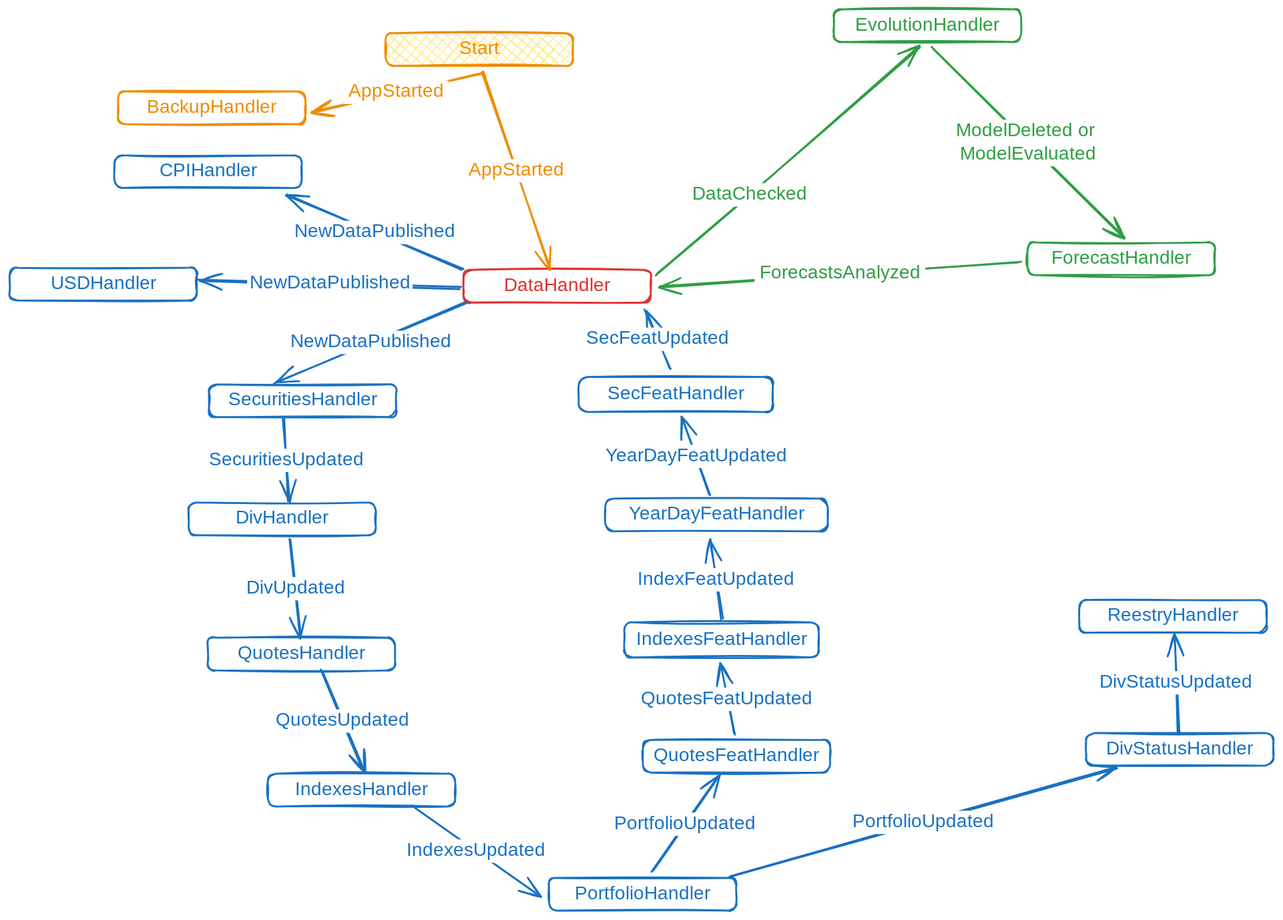
This is docs/.excalidraw.svg from WLM1ke/poptimizer, a Excalidraw export, as it was before one commit. Source tidied: one line per element, renumbered; positions are measured from the earlier drawing's top-left corner, leaving out a move shared by most shapes.
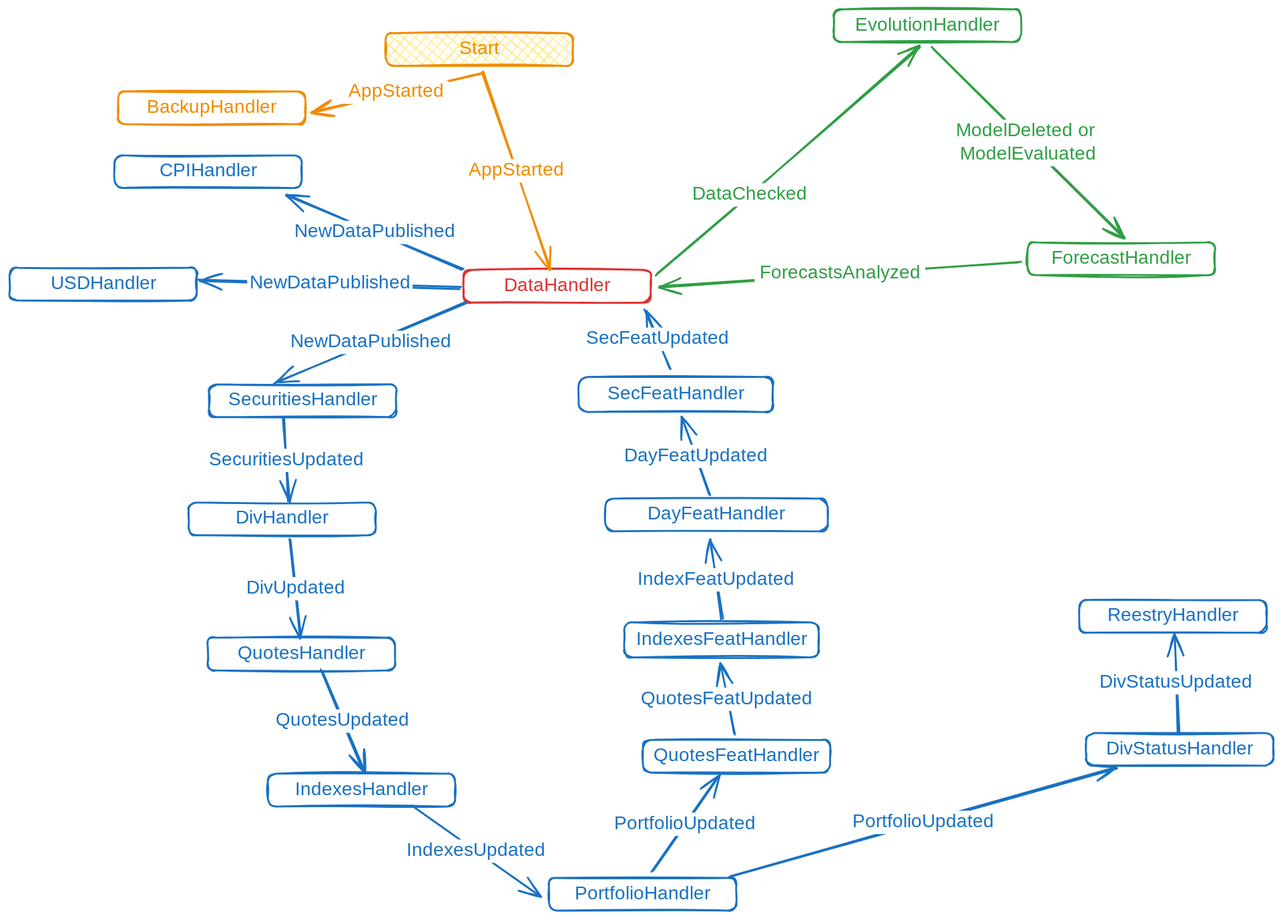
Later version of the same file.

Change to the diagram source:
```diff
@@ -69,6 +69,6 @@
 {"id": 68, "type": "arrow", "strokeColor": "#1971c2", "strokeWidth": 2, "roughness": 1, "endArrowhead": "arrow", "round": true, "from": 66, "to": 0, "x": 707, "y": 385, "width": 27, "height": 64, "points": [[0, 0], [-27, -64]]}
 {"id": 69, "type": "text", "text": "SecFeatUpdated", "strokeColor": "#1971c2", "strokeWidth": 2, "roughness": 1, "fontSize": 20, "fontFamily": 1, "textAlign": "center", "verticalAlign": "middle", "inside": 68, "x": 617, "y": 364, "width": 163, "height": 25}
 {"id": 70, "type": "rectangle", "strokeColor": "#1971c2", "strokeWidth": 2, "roughness": 1, "round": true, "x": 638, "y": 524, "width": 238, "height": 35}
-{"id": 71, "type": "text", "text": "YearDayFeatHandler", "strokeColor": "#1971c2", "strokeWidth": 2, "roughness": 1, "fontSize": 20, "fontFamily": 1, "textAlign": "center", "verticalAlign": "middle", "inside": 70, "x": 657, "y": 529, "width": 198, "height": 25}
+{"id": 71, "type": "text", "text": "DayFeatHandler", "strokeColor": "#1971c2", "strokeWidth": 2, "roughness": 1, "fontSize": 20, "fontFamily": 1, "textAlign": "center", "verticalAlign": "middle", "inside": 70, "x": 679, "y": 529, "width": 155, "height": 25}
 {"id": 72, "type": "arrow", "strokeColor": "#1971c2", "strokeWidth": 2, "roughness": 1, "endArrowhead": "arrow", "round": true, "from": 70, "to": 66, "x": 750, "y": 520, "width": 30, "height": 84, "points": [[0, 0], [-30, -84]]}
-{"id": 73, "type": "text", "text": "YearDayFeatUpdated", "strokeColor": "#1971c2", "strokeWidth": 2, "roughness": 1, "fontSize": 20, "fontFamily": 1, "textAlign": "center", "verticalAlign": "middle", "inside": 72, "x": 629, "y": 466, "width": 211, "height": 25}
+{"id": 73, "type": "text", "text": "DayFeatUpdated", "strokeColor": "#1971c2", "strokeWidth": 2, "roughness": 1, "fontSize": 20, "fontFamily": 1, "textAlign": "center", "verticalAlign": "middle", "inside": 72, "x": 651, "y": 466, "width": 168, "height": 25}
```
